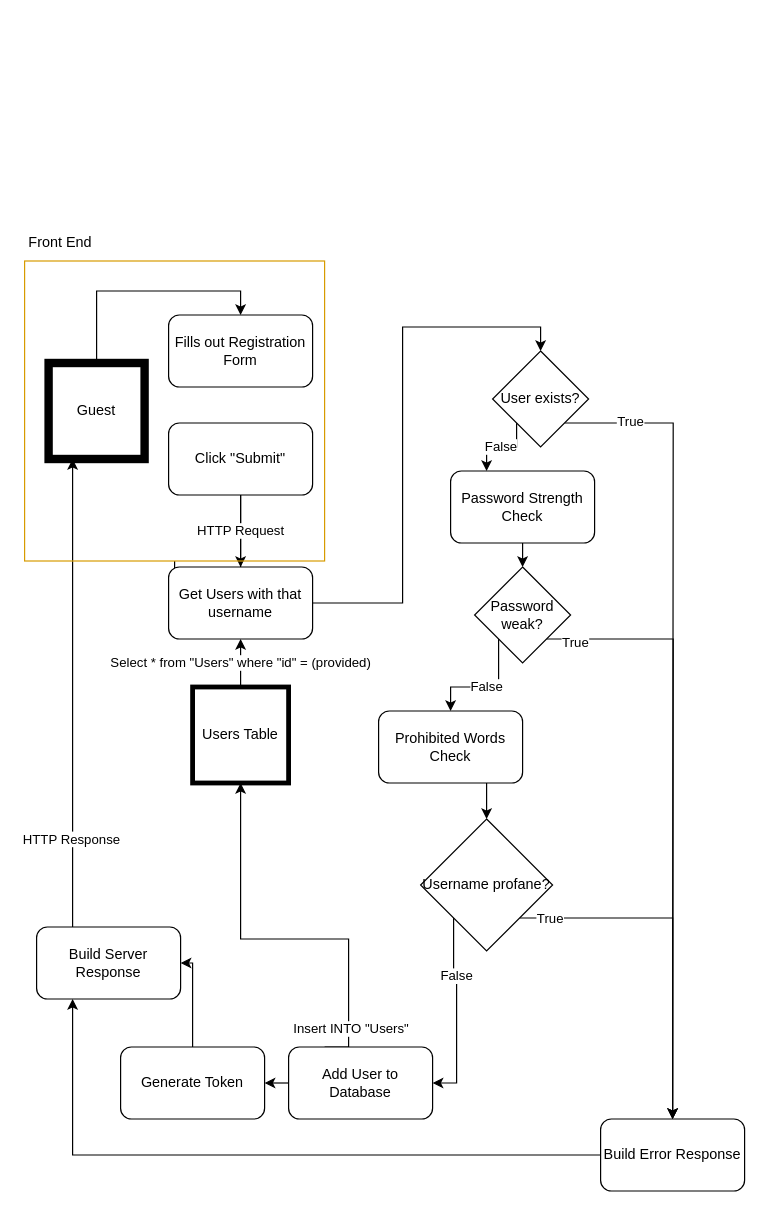
Before: dynamic state charts/REGISTER.drawio in comment-anything/Specifications, a draw.io diagram. Source tidied: cells renumbered, new cells numbered last; positions are measured from the earlier drawing's top-left corner, leaving out a move shared by most shapes. Both pictures are drawn from the tidied source at 120%, with x=0, y=0 at pixel (24, 224).
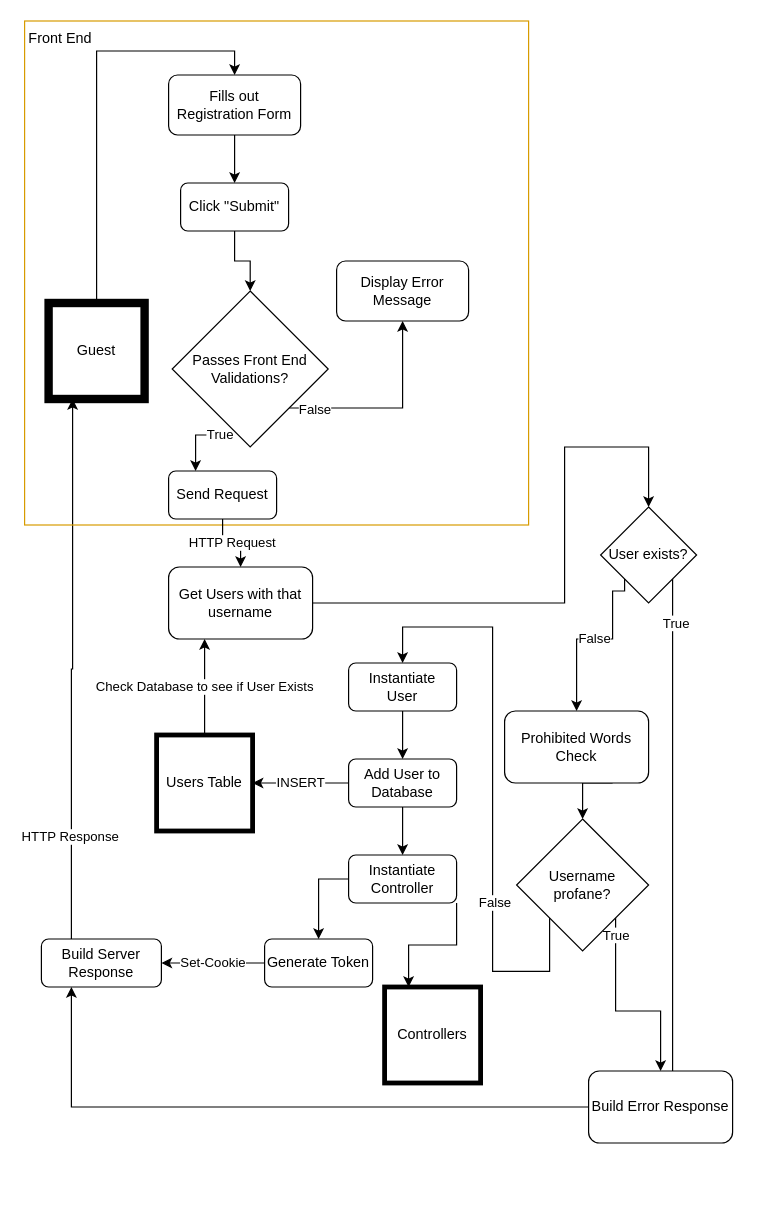
The same page after the edit.

Commit message (it also covers changes not shown here):
new db, data flow diagram

The change refers to these unchanged cells:
```xml
<mxCell id="9" value="Get Users with that username" style="rounded=1;whiteSpace=wrap;html=1;strokeWidth=1;" parent="1" vertex="1">
  <mxGeometry x="120" y="285" width="120" height="60" as="geometry" />
</mxCell>
```

What changed in the source:
```diff
@@
     <mxCell id="3" value="Guest" style="whiteSpace=wrap;html=1;strokeWidth=7;" parent="1" vertex="1">
-      <mxGeometry x="20" y="115" width="80" height="80" as="geometry" />
+      <mxGeometry x="20" y="65" width="80" height="80" as="geometry" />
     </mxCell>
-    <mxCell id="4" style="edgeStyle=orthogonalEdgeStyle;rounded=0;jettySize=auto;html=1;exitX=0.5;exitY=1;exitDx=0;exitDy=0;entryX=0.5;entryY=0;entryDx=0;entryDy=0;startArrow=none;" parent="1" edge="1" source="40" target="7">
-      <mxGeometry relative="1" as="geometry" />
-    </mxCell>
+    <mxCell id="42" style="edgeStyle=orthogonalEdgeStyle;rounded=0;jettySize=auto;html=1;exitX=0.5;exitY=1;exitDx=0;exitDy=0;" parent="1" edge="1" source="5" target="7">
+      <mxGeometry relative="1" as="geometry" />
+    </mxCell>
     <mxCell id="5" value="Fills out Registration Form" style="rounded=1;whiteSpace=wrap;html=1;strokeWidth=1;" parent="1" vertex="1">
-      <mxGeometry x="120" y="75" width="120" height="60" as="geometry" />
+      <mxGeometry x="120" y="-125" width="110" height="50" as="geometry" />
     </mxCell>
-    <mxCell id="6" value="HTTP Request" style="edgeStyle=orthogonalEdgeStyle;rounded=0;jettySize=auto;html=1;exitX=0.5;exitY=1;exitDx=0;exitDy=0;entryX=0.5;entryY=0;entryDx=0;entryDy=0;" parent="1" edge="1" source="7" target="9">
-      <mxGeometry relative="1" as="geometry" />
-    </mxCell>
+    <mxCell id="43" style="edgeStyle=orthogonalEdgeStyle;rounded=0;jettySize=auto;html=1;exitX=0.5;exitY=1;exitDx=0;exitDy=0;entryX=0.5;entryY=0;entryDx=0;entryDy=0;" parent="1" edge="1" source="7" target="46">
+      <mxGeometry relative="1" as="geometry" />
+    </mxCell>
     <mxCell id="7" value="Click &quot;Submit&quot;" style="rounded=1;whiteSpace=wrap;html=1;strokeWidth=1;" parent="1" vertex="1">
-      <mxGeometry x="120" y="165" width="120" height="60" as="geometry" />
+      <mxGeometry x="130" y="-35" width="90" height="40" as="geometry" />
     </mxCell>
     <mxCell id="8" style="edgeStyle=orthogonalEdgeStyle;rounded=0;jettySize=auto;html=1;exitX=1;exitY=0.5;exitDx=0;exitDy=0;entryX=0.5;entryY=0;entryDx=0;entryDy=0;" parent="1" edge="1" source="9" target="24">
-      <mxGeometry relative="1" as="geometry" />
+      <mxGeometry relative="1" as="geometry">
+        <Array as="points">
+          <mxPoint x="450" y="315" />
+          <mxPoint x="450" y="185" />
+          <mxPoint x="520" y="185" />
+        </Array>
+      </mxGeometry>
     </mxCell>
@@
-    <mxCell id="10" style="edgeStyle=orthogonalEdgeStyle;rounded=0;jettySize=auto;html=1;exitX=0.25;exitY=0;exitDx=0;exitDy=0;entryX=0.5;entryY=1;entryDx=0;entryDy=0;" parent="1" edge="1" source="13" target="20">
-      <mxGeometry relative="1" as="geometry">
-        <Array as="points">
-          <mxPoint x="270" y="595" />
-          <mxPoint x="180" y="595" />
-        </Array>
-      </mxGeometry>
+    <mxCell id="10" value="INSERT" style="edgeStyle=orthogonalEdgeStyle;rounded=0;jettySize=auto;html=1;exitX=0;exitY=0.5;exitDx=0;exitDy=0;entryX=1;entryY=0.5;entryDx=0;entryDy=0;" parent="1" edge="1" source="13" target="20">
+      <mxGeometry relative="1" as="geometry" />
     </mxCell>
-    <mxCell id="11" value="Insert INTO &quot;Users&quot;" style="edgeLabel;html=1;align=center;verticalAlign=middle;" parent="10" vertex="1">
-      <mxGeometry x="-0.78" y="-1" relative="1" as="geometry" />
-    </mxCell>
-    <mxCell id="12" style="edgeStyle=orthogonalEdgeStyle;rounded=0;jettySize=auto;html=1;exitX=0;exitY=0.5;exitDx=0;exitDy=0;entryX=1;entryY=0.5;entryDx=0;entryDy=0;" parent="1" edge="1" source="13" target="15">
-      <mxGeometry relative="1" as="geometry" />
-    </mxCell>
+    <mxCell id="44" style="edgeStyle=orthogonalEdgeStyle;rounded=0;jettySize=auto;html=1;exitX=0.5;exitY=1;exitDx=0;exitDy=0;entryX=0.5;entryY=0;entryDx=0;entryDy=0;" parent="1" edge="1" source="13" target="54">
+      <mxGeometry relative="1" as="geometry" />
+    </mxCell>
     <mxCell id="13" value="Add User to Database" style="rounded=1;whiteSpace=wrap;html=1;strokeWidth=1;" parent="1" vertex="1">
-      <mxGeometry x="220" y="685" width="120" height="60" as="geometry" />
+      <mxGeometry x="270" y="445" width="90" height="40" as="geometry" />
     </mxCell>
-    <mxCell id="14" style="edgeStyle=orthogonalEdgeStyle;rounded=0;jettySize=auto;html=1;exitX=0.5;exitY=0;exitDx=0;exitDy=0;entryX=1;entryY=0.5;entryDx=0;entryDy=0;" parent="1" edge="1" source="15" target="18">
-      <mxGeometry relative="1" as="geometry">
-        <Array as="points">
-          <mxPoint x="140" y="615" />
-        </Array>
-      </mxGeometry>
-    </mxCell>
-    <mxCell id="15" value="Generate Token" style="rounded=1;whiteSpace=wrap;html=1;strokeWidth=1;" parent="1" vertex="1">
-      <mxGeometry x="80" y="685" width="120" height="60" as="geometry" />
-    </mxCell>
@@
     <mxCell id="18" value="Build Server Response" style="rounded=1;whiteSpace=wrap;html=1;strokeWidth=1;" parent="1" vertex="1">
-      <mxGeometry x="10" y="585" width="120" height="60" as="geometry" />
+      <mxGeometry x="14" y="595" width="100" height="40" as="geometry" />
     </mxCell>
-    <mxCell id="19" value="Select * from &quot;Users&quot; where &quot;id&quot; = (provided)" style="edgeStyle=orthogonalEdgeStyle;rounded=0;jettySize=auto;html=1;exitX=0.5;exitY=0;exitDx=0;exitDy=0;entryX=0.5;entryY=1;entryDx=0;entryDy=0;" parent="1" edge="1" source="20" target="9">
+    <mxCell id="19" value="Check Database to see if User Exists" style="edgeStyle=orthogonalEdgeStyle;rounded=0;jettySize=auto;html=1;exitX=0.5;exitY=0;exitDx=0;exitDy=0;entryX=0.25;entryY=1;entryDx=0;entryDy=0;" parent="1" edge="1" source="20" target="9">
       <mxGeometry relative="1" as="geometry" />
     </mxCell>
     <mxCell id="20" value="Users Table" style="whiteSpace=wrap;html=1;strokeWidth=4;" parent="1" vertex="1">
-      <mxGeometry x="140" y="385" width="80" height="80" as="geometry" />
+      <mxGeometry x="110" y="425" width="80" height="80" as="geometry" />
     </mxCell>
-    <mxCell id="21" value="False" style="edgeStyle=orthogonalEdgeStyle;rounded=0;jettySize=auto;html=1;exitX=0;exitY=1;exitDx=0;exitDy=0;entryX=0.25;entryY=0;entryDx=0;entryDy=0;" parent="1" edge="1" source="24" target="37">
-      <mxGeometry relative="1" as="geometry">
-        <Array as="points">
-          <mxPoint x="410" y="185" />
-          <mxPoint x="385" y="185" />
-        </Array>
-      </mxGeometry>
-    </mxCell>
@@
     <mxCell id="24" value="User exists?" style="rhombus;whiteSpace=wrap;html=1;strokeWidth=1;" parent="1" vertex="1">
-      <mxGeometry x="390" y="105" width="80" height="80" as="geometry" />
+      <mxGeometry x="480" y="235" width="80" height="80" as="geometry" />
     </mxCell>
@@
     <mxCell id="26" value="Build Error Response" style="rounded=1;whiteSpace=wrap;html=1;strokeWidth=1;" parent="1" vertex="1">
-      <mxGeometry x="480" y="745" width="120" height="60" as="geometry" />
+      <mxGeometry x="470" y="705" width="120" height="60" as="geometry" />
     </mxCell>
-    <mxCell id="27" value="False" style="edgeStyle=orthogonalEdgeStyle;rounded=0;jettySize=auto;html=1;exitX=0;exitY=1;exitDx=0;exitDy=0;entryX=0.5;entryY=0;entryDx=0;entryDy=0;" parent="1" edge="1" source="30" target="39">
-      <mxGeometry relative="1" as="geometry" />
+    <mxCell id="27" value="False" style="edgeStyle=orthogonalEdgeStyle;rounded=0;jettySize=auto;html=1;exitX=0;exitY=1;exitDx=0;exitDy=0;entryX=0.5;entryY=0;entryDx=0;entryDy=0;" parent="1" edge="1" source="24" target="39">
+      <mxGeometry relative="1" as="geometry">
+        <Array as="points">
+          <mxPoint x="500" y="305" />
+          <mxPoint x="490" y="305" />
+          <mxPoint x="490" y="345" />
+          <mxPoint x="460" y="345" />
+        </Array>
+      </mxGeometry>
     </mxCell>
-    <mxCell id="28" style="edgeStyle=orthogonalEdgeStyle;rounded=0;jettySize=auto;html=1;exitX=1;exitY=1;exitDx=0;exitDy=0;" parent="1" edge="1" source="30">
-      <mxGeometry relative="1" as="geometry">
-        <mxPoint x="540" y="745" as="targetPoint" />
-      </mxGeometry>
-    </mxCell>
-    <mxCell id="29" value="True" style="edgeLabel;html=1;align=center;verticalAlign=middle;" parent="28" vertex="1">
-      <mxGeometry x="-0.91" y="-2" relative="1" as="geometry" />
-    </mxCell>
-    <mxCell id="30" value="Password weak?" style="rhombus;whiteSpace=wrap;html=1;strokeWidth=1;" parent="1" vertex="1">
-      <mxGeometry x="375" y="285" width="80" height="80" as="geometry" />
-    </mxCell>
-    <mxCell id="31" style="edgeStyle=orthogonalEdgeStyle;rounded=0;jettySize=auto;html=1;exitX=0;exitY=1;exitDx=0;exitDy=0;entryX=1;entryY=0.5;entryDx=0;entryDy=0;" parent="1" edge="1" source="35" target="13">
+    <mxCell id="31" style="edgeStyle=orthogonalEdgeStyle;rounded=0;jettySize=auto;html=1;exitX=0;exitY=1;exitDx=0;exitDy=0;entryX=0.5;entryY=0;entryDx=0;entryDy=0;" parent="1" edge="1" source="35" target="51">
       <mxGeometry relative="1" as="geometry">
         <Array as="points">
-          <mxPoint x="360" y="622" />
-          <mxPoint x="360" y="715" />
+          <mxPoint x="438" y="622" />
+          <mxPoint x="390" y="622" />
+          <mxPoint x="390" y="335" />
+          <mxPoint x="315" y="335" />
         </Array>
       </mxGeometry>
     </mxCell>
@@
-    <mxCell id="35" value="Username profane?" style="rhombus;whiteSpace=wrap;html=1;strokeWidth=1;" parent="1" vertex="1">
-      <mxGeometry x="330" y="495" width="110" height="110" as="geometry" />
+    <mxCell id="35" value="Username &lt;br&gt;profane?" style="rhombus;whiteSpace=wrap;html=1;strokeWidth=1;" parent="1" vertex="1">
+      <mxGeometry x="410" y="495" width="110" height="110" as="geometry" />
     </mxCell>
-    <mxCell id="36" style="edgeStyle=orthogonalEdgeStyle;rounded=0;jettySize=auto;html=1;exitX=0.5;exitY=1;exitDx=0;exitDy=0;entryX=0.5;entryY=0;entryDx=0;entryDy=0;" parent="1" edge="1" source="37" target="30">
-      <mxGeometry relative="1" as="geometry" />
-    </mxCell>
-    <mxCell id="37" value="Password Strength Check" style="rounded=1;whiteSpace=wrap;html=1;strokeWidth=1;" parent="1" vertex="1">
-      <mxGeometry x="355" y="205" width="120" height="60" as="geometry" />
-    </mxCell>
@@
     <mxCell id="39" value="Prohibited Words Check" style="rounded=1;whiteSpace=wrap;html=1;strokeWidth=1;" parent="1" vertex="1">
-      <mxGeometry x="295" y="405" width="120" height="60" as="geometry" />
+      <mxGeometry x="400" y="405" width="120" height="60" as="geometry" />
     </mxCell>
     <mxCell id="40" style="whiteSpace=wrap;html=1;strokeWidth=1;fillColor=none;strokeColor=#d79b00;" parent="1" vertex="1">
-      <mxGeometry y="30" width="250" height="250" as="geometry" />
+      <mxGeometry y="-170" width="420" height="420" as="geometry" />
     </mxCell>
     <mxCell id="41" value="Front End" style="text;html=1;strokeColor=none;fillColor=none;align=center;verticalAlign=middle;whiteSpace=wrap;rounded=0;strokeWidth=1;" parent="1" vertex="1">
-      <mxGeometry width="60" height="30" as="geometry" />
+      <mxGeometry y="-170" width="60" height="30" as="geometry" />
     </mxCell>
+    <mxCell id="45" style="edgeStyle=orthogonalEdgeStyle;rounded=0;jettySize=auto;html=1;exitX=1;exitY=1;exitDx=0;exitDy=0;entryX=0.5;entryY=1;entryDx=0;entryDy=0;" parent="1" edge="1" source="46" target="47">
+      <mxGeometry relative="1" as="geometry">
+        <Array as="points">
+          <mxPoint x="315" y="153" />
+        </Array>
+      </mxGeometry>
+    </mxCell>
+    <mxCell id="21" value="False" style="edgeLabel;html=1;align=center;verticalAlign=middle;" parent="45" vertex="1">
+      <mxGeometry x="-0.75" relative="1" as="geometry">
+        <mxPoint y="1" as="offset" />
+      </mxGeometry>
+    </mxCell>
+    <mxCell id="29" value="True" style="edgeStyle=orthogonalEdgeStyle;rounded=0;jettySize=auto;html=1;exitX=0;exitY=1;exitDx=0;exitDy=0;entryX=0.25;entryY=0;entryDx=0;entryDy=0;" parent="1" edge="1" source="46" target="48">
+      <mxGeometry relative="1" as="geometry">
+        <Array as="points">
+          <mxPoint x="173" y="175" />
+          <mxPoint x="143" y="175" />
+        </Array>
+      </mxGeometry>
+    </mxCell>
+    <mxCell id="46" value="Passes Front End Validations?" style="rhombus;whiteSpace=wrap;html=1;strokeWidth=1;" parent="1" vertex="1">
+      <mxGeometry x="123" y="55" width="130" height="130" as="geometry" />
+    </mxCell>
+    <mxCell id="47" value="Display Error Message" style="rounded=1;whiteSpace=wrap;html=1;strokeWidth=1;" parent="1" vertex="1">
+      <mxGeometry x="260" y="30" width="110" height="50" as="geometry" />
+    </mxCell>
+    <mxCell id="6" value="HTTP Request" style="edgeStyle=orthogonalEdgeStyle;rounded=0;jettySize=auto;html=1;exitX=0.5;exitY=1;exitDx=0;exitDy=0;" parent="1" edge="1" source="48" target="9">
+      <mxGeometry relative="1" as="geometry" />
+    </mxCell>
+    <mxCell id="48" value="Send Request" style="rounded=1;whiteSpace=wrap;html=1;strokeWidth=1;" parent="1" vertex="1">
+      <mxGeometry x="120" y="205" width="90" height="40" as="geometry" />
+    </mxCell>
+    <mxCell id="14" value="Set-Cookie" style="edgeStyle=orthogonalEdgeStyle;rounded=0;jettySize=auto;html=1;exitX=0;exitY=0.5;exitDx=0;exitDy=0;entryX=1;entryY=0.5;entryDx=0;entryDy=0;" parent="1" edge="1" source="15" target="18">
+      <mxGeometry relative="1" as="geometry" />
+    </mxCell>
+    <mxCell id="15" value="Generate Token" style="rounded=1;whiteSpace=wrap;html=1;strokeWidth=1;" parent="1" vertex="1">
+      <mxGeometry x="200" y="595" width="90" height="40" as="geometry" />
+    </mxCell>
+    <mxCell id="49" value="Controllers" style="whiteSpace=wrap;html=1;strokeWidth=4;" parent="1" vertex="1">
+      <mxGeometry x="300" y="635" width="80" height="80" as="geometry" />
+    </mxCell>
+    <mxCell id="50" style="edgeStyle=orthogonalEdgeStyle;rounded=0;jettySize=auto;html=1;exitX=0.5;exitY=1;exitDx=0;exitDy=0;entryX=0.5;entryY=0;entryDx=0;entryDy=0;" parent="1" edge="1" source="51" target="13">
+      <mxGeometry relative="1" as="geometry" />
+    </mxCell>
+    <mxCell id="51" value="Instantiate&lt;br&gt;User" style="rounded=1;whiteSpace=wrap;html=1;strokeWidth=1;" parent="1" vertex="1">
+      <mxGeometry x="270" y="365" width="90" height="40" as="geometry" />
+    </mxCell>
+    <mxCell id="52" style="edgeStyle=orthogonalEdgeStyle;rounded=0;jettySize=auto;html=1;exitX=1;exitY=1;exitDx=0;exitDy=0;entryX=0.25;entryY=0;entryDx=0;entryDy=0;" parent="1" edge="1" source="54" target="49">
+      <mxGeometry relative="1" as="geometry" />
+    </mxCell>
+    <mxCell id="53" style="edgeStyle=orthogonalEdgeStyle;rounded=0;jettySize=auto;html=1;exitX=0;exitY=0.5;exitDx=0;exitDy=0;entryX=0.5;entryY=0;entryDx=0;entryDy=0;" parent="1" edge="1" source="54" target="15">
+      <mxGeometry relative="1" as="geometry" />
+    </mxCell>
+    <mxCell id="54" value="Instantiate&lt;br&gt;Controller" style="rounded=1;whiteSpace=wrap;html=1;strokeWidth=1;" parent="1" vertex="1">
+      <mxGeometry x="270" y="525" width="90" height="40" as="geometry" />
+    </mxCell>
```
